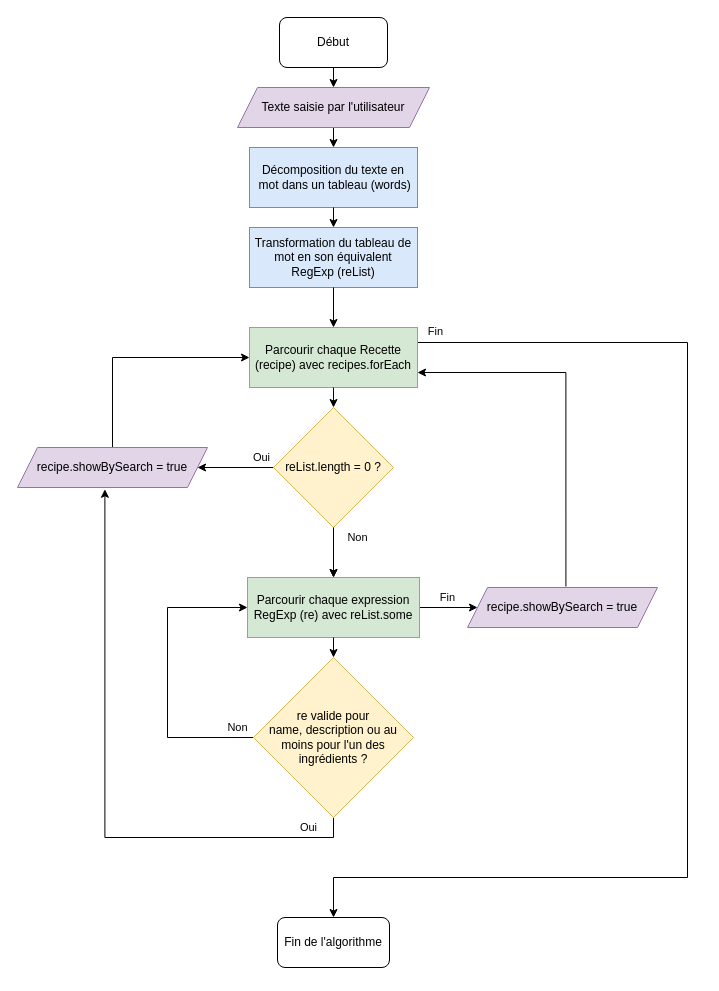
code9g/les-petit-plats keeps this draw.io diagram as ressources/algorithme_fonctionnel.drawio. Above is the earlier version. Source tidied: cells renumbered, new cells numbered last; positions are measured from the earlier drawing's top-left corner, leaving out a move shared by most shapes. Both pictures are drawn from the tidied source at 100%, with x=0, y=0 at pixel (17, 17).
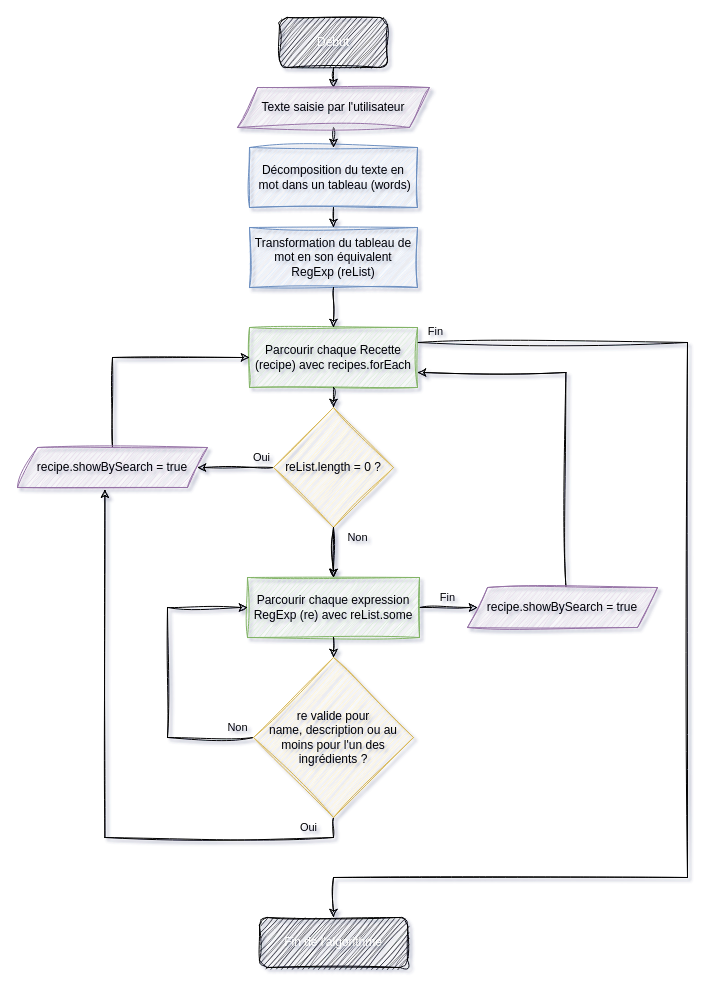
The same page after the edit.

Commit message (it also covers changes not shown here):
Amélioration algorigramme fonctionnel

Change to the diagram source:
```diff
@@
-<mxGraphModel>
+<mxGraphModel background="#ffffff" shadow="1">
@@
-    <mxCell id="2" value="Décomposition du texte en&lt;div&gt;&amp;nbsp;mot dans un tableau (words)&lt;/div&gt;" style="rounded=0;whiteSpace=wrap;html=1;fillColor=#dae8fc;strokeColor=#6c8ebf;" parent="1" vertex="1">
+    <mxCell id="2" value="Décomposition du texte en&lt;div&gt;&amp;nbsp;mot dans un tableau (words)&lt;/div&gt;" style="rounded=0;whiteSpace=wrap;html=1;fillColor=#dae8fc;strokeColor=#6c8ebf;labelBackgroundColor=none;fontColor=#000000;sketch=1;curveFitting=1;jiggle=2;" parent="1" vertex="1">
       <mxGeometry x="232" y="130" width="168" height="60" as="geometry" />
     </mxCell>
-    <mxCell id="3" value="Transformation du tableau de&lt;div&gt;mot en son équivalent&lt;/div&gt;&lt;div&gt;RegExp (reList)&lt;/div&gt;" style="rounded=0;whiteSpace=wrap;html=1;fillColor=#dae8fc;strokeColor=#6c8ebf;" parent="1" vertex="1">
+    <mxCell id="3" value="Transformation du tableau de&lt;div&gt;mot en son équivalent&lt;/div&gt;&lt;div&gt;RegExp (reList)&lt;/div&gt;" style="rounded=0;whiteSpace=wrap;html=1;fillColor=#dae8fc;strokeColor=#6c8ebf;labelBackgroundColor=none;fontColor=#000000;sketch=1;curveFitting=1;jiggle=2;" parent="1" vertex="1">
       <mxGeometry x="232" y="210" width="168" height="60" as="geometry" />
     </mxCell>
-    <mxCell id="4" value="Fin" style="edgeStyle=orthogonalEdgeStyle;rounded=0;jettySize=auto;html=1;exitX=1;exitY=0.25;exitDx=0;exitDy=0;entryX=0.5;entryY=0;entryDx=0;entryDy=0;spacingBottom=13;" parent="1" edge="1" source="5" target="21">
+    <mxCell id="4" value="Fin" style="edgeStyle=orthogonalEdgeStyle;rounded=0;jettySize=auto;html=1;exitX=1;exitY=0.25;exitDx=0;exitDy=0;entryX=0.5;entryY=0;entryDx=0;entryDy=0;spacingBottom=13;labelBackgroundColor=none;fontColor=#000000;sketch=1;curveFitting=1;jiggle=2;strokeColor=#000000;" parent="1" edge="1" source="5" target="21">
       <mxGeometry x="-0.97" y="5" relative="1" as="geometry">
         <Array as="points">
           <mxPoint x="670" y="325" />
           <mxPoint x="670" y="860" />
           <mxPoint x="316" y="860" />
         </Array>
       </mxGeometry>
     </mxCell>
-    <mxCell id="5" value="Parcourir chaque Recette (recipe) avec recipes.forEach" style="rounded=0;whiteSpace=wrap;html=1;fillColor=#d5e8d4;strokeColor=#82b366;" parent="1" vertex="1">
+    <mxCell id="5" value="Parcourir chaque Recette (recipe) avec recipes.forEach" style="rounded=0;whiteSpace=wrap;html=1;fillColor=#d5e8d4;strokeColor=#82b366;labelBackgroundColor=none;fontColor=#000000;sketch=1;curveFitting=1;jiggle=2;" parent="1" vertex="1">
       <mxGeometry x="232" y="310" width="168" height="60" as="geometry" />
     </mxCell>
-    <mxCell id="6" value="Oui" style="edgeStyle=orthogonalEdgeStyle;rounded=0;jettySize=auto;html=1;exitX=0;exitY=0.5;exitDx=0;exitDy=0;entryX=1;entryY=0.5;entryDx=0;entryDy=0;" parent="1" edge="1" source="8" target="23">
+    <mxCell id="6" value="Oui" style="edgeStyle=orthogonalEdgeStyle;rounded=0;jettySize=auto;html=1;exitX=0;exitY=0.5;exitDx=0;exitDy=0;entryX=1;entryY=0.5;entryDx=0;entryDy=0;labelBackgroundColor=none;fontColor=#000000;sketch=1;curveFitting=1;jiggle=2;strokeColor=#000000;" parent="1" edge="1" source="8" target="23">
       <mxGeometry x="-0.68" y="-10" relative="1" as="geometry" />
     </mxCell>
-    <mxCell id="7" style="edgeStyle=orthogonalEdgeStyle;rounded=0;jettySize=auto;html=1;" parent="1" edge="1" source="8" target="10">
+    <mxCell id="7" style="edgeStyle=orthogonalEdgeStyle;rounded=0;jettySize=auto;html=1;labelBackgroundColor=none;fontColor=#000000;sketch=1;curveFitting=1;jiggle=2;" parent="1" edge="1" source="8" target="10">
       <mxGeometry relative="1" as="geometry" />
     </mxCell>
-    <mxCell id="8" value="reList.length = 0 ?" style="rhombus;whiteSpace=wrap;html=1;fillColor=#fff2cc;strokeColor=#d6b656;" parent="1" vertex="1">
+    <mxCell id="8" value="reList.length = 0 ?" style="rhombus;whiteSpace=wrap;html=1;fillColor=#fff2cc;strokeColor=#d6b656;labelBackgroundColor=none;fontColor=#000000;sketch=1;curveFitting=1;jiggle=2;" parent="1" vertex="1">
       <mxGeometry x="256" y="390" width="120" height="120" as="geometry" />
     </mxCell>
-    <mxCell id="9" value="Fin" style="edgeStyle=orthogonalEdgeStyle;rounded=0;jettySize=auto;html=1;exitX=1;exitY=0.5;exitDx=0;exitDy=0;entryX=0;entryY=0.5;entryDx=0;entryDy=0;" parent="1" edge="1" source="10" target="24">
+    <mxCell id="9" value="Fin" style="edgeStyle=orthogonalEdgeStyle;rounded=0;jettySize=auto;html=1;exitX=1;exitY=0.5;exitDx=0;exitDy=0;entryX=0;entryY=0.5;entryDx=0;entryDy=0;labelBackgroundColor=none;fontColor=#000000;sketch=1;curveFitting=1;jiggle=2;strokeColor=#000000;" parent="1" edge="1" source="10" target="24">
       <mxGeometry x="-0.03" y="10" relative="1" as="geometry" />
     </mxCell>
-    <mxCell id="10" value="Parcourir chaque expression RegExp (re) avec reList.some" style="rounded=0;whiteSpace=wrap;html=1;fillColor=#d5e8d4;strokeColor=#82b366;" parent="1" vertex="1">
+    <mxCell id="10" value="Parcourir chaque expression RegExp (re) avec reList.some" style="rounded=0;whiteSpace=wrap;html=1;fillColor=#d5e8d4;strokeColor=#82b366;labelBackgroundColor=none;fontColor=#000000;sketch=1;curveFitting=1;jiggle=2;" parent="1" vertex="1">
       <mxGeometry x="230" y="560" width="172" height="60" as="geometry" />
     </mxCell>
-    <mxCell id="11" value="Non" style="edgeStyle=orthogonalEdgeStyle;rounded=0;jettySize=auto;html=1;exitX=0;exitY=0.5;exitDx=0;exitDy=0;entryX=0;entryY=0.5;entryDx=0;entryDy=0;" parent="1" edge="1" source="13" target="10">
+    <mxCell id="11" value="Non" style="edgeStyle=orthogonalEdgeStyle;rounded=0;jettySize=auto;html=1;exitX=0;exitY=0.5;exitDx=0;exitDy=0;entryX=0;entryY=0.5;entryDx=0;entryDy=0;labelBackgroundColor=none;fontColor=#000000;sketch=1;curveFitting=1;jiggle=2;strokeColor=#000000;" parent="1" edge="1" source="13" target="10">
       <mxGeometry x="-0.89" y="-10" relative="1" as="geometry">
         <Array as="points">
           <mxPoint x="150" y="720" />
           <mxPoint x="150" y="590" />
         </Array>
       </mxGeometry>
     </mxCell>
-    <mxCell id="12" value="Oui" style="edgeStyle=orthogonalEdgeStyle;rounded=0;jettySize=auto;html=1;exitX=0.5;exitY=1;exitDx=0;exitDy=0;entryX=0.46;entryY=1.044;entryDx=0;entryDy=0;entryPerimeter=0;" parent="1" edge="1" source="13" target="23">
+    <mxCell id="12" value="Oui" style="edgeStyle=orthogonalEdgeStyle;rounded=0;jettySize=auto;html=1;exitX=0.5;exitY=1;exitDx=0;exitDy=0;entryX=0.46;entryY=1.044;entryDx=0;entryDy=0;entryPerimeter=0;labelBackgroundColor=none;fontColor=#000000;sketch=1;curveFitting=1;jiggle=2;strokeColor=#000000;" parent="1" edge="1" source="13" target="23">
       <mxGeometry x="-0.85" y="-10" relative="1" as="geometry" />
     </mxCell>
-    <mxCell id="13" value="re valide pour &lt;br&gt;name,&amp;nbsp;&lt;span style=&quot;background-color: initial;&quot;&gt;description ou au moins pour l'un des ingrédients&amp;nbsp;&lt;/span&gt;&lt;span style=&quot;background-color: initial;&quot;&gt;?&lt;/span&gt;" style="rhombus;whiteSpace=wrap;html=1;fillColor=#fff2cc;strokeColor=#d6b656;" parent="1" vertex="1">
+    <mxCell id="13" value="re valide pour &lt;br&gt;name,&amp;nbsp;&lt;span style=&quot;&quot;&gt;description ou au moins pour l'un des ingrédients&amp;nbsp;&lt;/span&gt;&lt;span style=&quot;&quot;&gt;?&lt;/span&gt;" style="rhombus;whiteSpace=wrap;html=1;fillColor=#fff2cc;strokeColor=#d6b656;labelBackgroundColor=none;fontColor=#000000;sketch=1;curveFitting=1;jiggle=2;" parent="1" vertex="1">
       <mxGeometry x="236" y="640" width="160" height="160" as="geometry" />
     </mxCell>
-    <mxCell id="14" style="endArrow=classic;html=1;rounded=0;entryX=0.5;entryY=0;entryDx=0;entryDy=0;exitX=0.5;exitY=1;exitDx=0;exitDy=0;" parent="1" edge="1" source="10" target="13">
+    <mxCell id="14" style="endArrow=classic;html=1;rounded=0;entryX=0.5;entryY=0;entryDx=0;entryDy=0;exitX=0.5;exitY=1;exitDx=0;exitDy=0;labelBackgroundColor=none;fontColor=#000000;sketch=1;curveFitting=1;jiggle=2;" parent="1" edge="1" source="10" target="13">
       <mxGeometry relative="1" as="geometry" />
     </mxCell>
-    <mxCell id="15" value="Non" style="endArrow=classic;html=1;rounded=0;entryX=0.5;entryY=0;entryDx=0;entryDy=0;exitX=0.5;exitY=1;exitDx=0;exitDy=0;" parent="1" edge="1" source="8" target="10">
+    <mxCell id="15" value="Non" style="endArrow=classic;html=1;rounded=0;entryX=0.5;entryY=0;entryDx=0;entryDy=0;exitX=0.5;exitY=1;exitDx=0;exitDy=0;labelBackgroundColor=none;fontColor=#000000;sketch=1;curveFitting=1;jiggle=2;strokeColor=#000000;" parent="1" edge="1" source="8" target="10">
       <mxGeometry x="-0.6" y="24" relative="1" as="geometry" />
     </mxCell>
-    <mxCell id="16" style="edgeStyle=orthogonalEdgeStyle;rounded=0;jettySize=auto;html=1;exitX=0.518;exitY=-0.025;exitDx=0;exitDy=0;entryX=1;entryY=0.75;entryDx=0;entryDy=0;exitPerimeter=0;" parent="1" edge="1" source="24" target="5">
+    <mxCell id="16" style="edgeStyle=orthogonalEdgeStyle;rounded=0;jettySize=auto;html=1;exitX=0.518;exitY=-0.025;exitDx=0;exitDy=0;entryX=1;entryY=0.75;entryDx=0;entryDy=0;exitPerimeter=0;labelBackgroundColor=none;fontColor=#000000;sketch=1;curveFitting=1;jiggle=2;strokeColor=#000000;" parent="1" edge="1" source="24" target="5">
       <mxGeometry relative="1" as="geometry" />
     </mxCell>
-    <mxCell id="17" style="endArrow=classic;html=1;rounded=0;exitX=0.5;exitY=1;exitDx=0;exitDy=0;" parent="1" edge="1" source="27">
+    <mxCell id="17" style="endArrow=classic;html=1;rounded=0;exitX=0.5;exitY=1;exitDx=0;exitDy=0;labelBackgroundColor=none;fontColor=#000000;sketch=1;curveFitting=1;jiggle=2;strokeColor=#000000;" parent="1" edge="1" source="27">
       <mxGeometry relative="1" as="geometry">
         <mxPoint x="316" y="130" as="targetPoint" />
       </mxGeometry>
     </mxCell>
-    <mxCell id="18" style="endArrow=classic;html=1;rounded=0;entryX=0.5;entryY=0;entryDx=0;entryDy=0;exitX=0.5;exitY=1;exitDx=0;exitDy=0;" parent="1" edge="1" source="2" target="3">
+    <mxCell id="18" style="endArrow=classic;html=1;rounded=0;entryX=0.5;entryY=0;entryDx=0;entryDy=0;exitX=0.5;exitY=1;exitDx=0;exitDy=0;labelBackgroundColor=none;fontColor=#000000;sketch=1;curveFitting=1;jiggle=2;strokeColor=#000000;" parent="1" edge="1" source="2" target="3">
       <mxGeometry relative="1" as="geometry" />
     </mxCell>
-    <mxCell id="19" style="endArrow=classic;html=1;rounded=0;entryX=0.5;entryY=0;entryDx=0;entryDy=0;exitX=0.5;exitY=1;exitDx=0;exitDy=0;" parent="1" edge="1" source="3" target="5">
+    <mxCell id="19" style="endArrow=classic;html=1;rounded=0;entryX=0.5;entryY=0;entryDx=0;entryDy=0;exitX=0.5;exitY=1;exitDx=0;exitDy=0;labelBackgroundColor=none;fontColor=#000000;sketch=1;curveFitting=1;jiggle=2;strokeColor=#000000;" parent="1" edge="1" source="3" target="5">
       <mxGeometry relative="1" as="geometry" />
     </mxCell>
-    <mxCell id="20" style="endArrow=classic;html=1;rounded=0;entryX=0.5;entryY=0;entryDx=0;entryDy=0;exitX=0.5;exitY=1;exitDx=0;exitDy=0;" parent="1" edge="1" source="5" target="8">
+    <mxCell id="20" style="endArrow=classic;html=1;rounded=0;entryX=0.5;entryY=0;entryDx=0;entryDy=0;exitX=0.5;exitY=1;exitDx=0;exitDy=0;labelBackgroundColor=none;fontColor=#000000;sketch=1;curveFitting=1;jiggle=2;strokeColor=#000000;" parent="1" edge="1" source="5" target="8">
       <mxGeometry relative="1" as="geometry" />
     </mxCell>
-    <mxCell id="21" value="Fin de l'algorithme" style="rounded=1;whiteSpace=wrap;html=1;" parent="1" vertex="1">
-      <mxGeometry x="260" y="900" width="112" height="50" as="geometry" />
+    <mxCell id="21" value="Fin de l'algorithme" style="rounded=1;whiteSpace=wrap;html=1;labelBackgroundColor=none;fontColor=#FFFFFF;sketch=1;curveFitting=1;jiggle=2;fillColor=#000000;" parent="1" vertex="1">
+      <mxGeometry x="242" y="900" width="148" height="50" as="geometry" />
     </mxCell>
-    <mxCell id="22" style="edgeStyle=orthogonalEdgeStyle;rounded=0;jettySize=auto;html=1;exitX=0.5;exitY=0;exitDx=0;exitDy=0;entryX=0;entryY=0.5;entryDx=0;entryDy=0;" parent="1" edge="1" source="23" target="5">
+    <mxCell id="22" style="edgeStyle=orthogonalEdgeStyle;rounded=0;jettySize=auto;html=1;exitX=0.5;exitY=0;exitDx=0;exitDy=0;entryX=0;entryY=0.5;entryDx=0;entryDy=0;labelBackgroundColor=none;fontColor=#000000;sketch=1;curveFitting=1;jiggle=2;strokeColor=#000000;" parent="1" edge="1" source="23" target="5">
       <mxGeometry relative="1" as="geometry" />
     </mxCell>
-    <mxCell id="23" value="recipe.showBySearch = true" style="shape=parallelogram;perimeter=parallelogramPerimeter;whiteSpace=wrap;html=1;fixedSize=1;fillColor=#e1d5e7;strokeColor=#9673a6;" parent="1" vertex="1">
+    <mxCell id="23" value="recipe.showBySearch = true" style="shape=parallelogram;perimeter=parallelogramPerimeter;whiteSpace=wrap;html=1;fixedSize=1;fillColor=#e1d5e7;strokeColor=#9673a6;labelBackgroundColor=none;fontColor=#000000;sketch=1;curveFitting=1;jiggle=2;" parent="1" vertex="1">
       <mxGeometry y="430" width="190" height="40" as="geometry" />
     </mxCell>
-    <mxCell id="24" value="recipe.showBySearch = true" style="shape=parallelogram;perimeter=parallelogramPerimeter;whiteSpace=wrap;html=1;fixedSize=1;fillColor=#e1d5e7;strokeColor=#9673a6;" parent="1" vertex="1">
+    <mxCell id="24" value="recipe.showBySearch = true" style="shape=parallelogram;perimeter=parallelogramPerimeter;whiteSpace=wrap;html=1;fixedSize=1;fillColor=#e1d5e7;strokeColor=#9673a6;labelBackgroundColor=none;fontColor=#000000;sketch=1;curveFitting=1;jiggle=2;" parent="1" vertex="1">
       <mxGeometry x="450" y="570" width="190" height="40" as="geometry" />
     </mxCell>
-    <mxCell id="25" style="edgeStyle=orthogonalEdgeStyle;rounded=0;jettySize=auto;html=1;exitX=0.5;exitY=1;exitDx=0;exitDy=0;entryX=0.5;entryY=0;entryDx=0;entryDy=0;" parent="1" edge="1" source="26" target="27">
+    <mxCell id="25" style="edgeStyle=orthogonalEdgeStyle;rounded=0;jettySize=auto;html=1;exitX=0.5;exitY=1;exitDx=0;exitDy=0;entryX=0.5;entryY=0;entryDx=0;entryDy=0;labelBackgroundColor=none;fontColor=#000000;sketch=1;curveFitting=1;jiggle=2;strokeColor=#000000;" parent="1" edge="1" source="26" target="27">
       <mxGeometry relative="1" as="geometry" />
     </mxCell>
-    <mxCell id="26" value="Début" style="rounded=1;whiteSpace=wrap;html=1;" parent="1" vertex="1">
+    <mxCell id="26" value="Début" style="rounded=1;whiteSpace=wrap;html=1;labelBackgroundColor=none;fontColor=#FFFFFF;sketch=1;curveFitting=1;jiggle=2;fillColor=#000000;" parent="1" vertex="1">
       <mxGeometry x="262" width="108" height="50" as="geometry" />
     </mxCell>
-    <mxCell id="27" value="Texte saisie par l'utilisateur" style="shape=parallelogram;perimeter=parallelogramPerimeter;whiteSpace=wrap;html=1;fixedSize=1;fillColor=#e1d5e7;strokeColor=#9673a6;" parent="1" vertex="1">
+    <mxCell id="27" value="Texte saisie par l'utilisateur" style="shape=parallelogram;perimeter=parallelogramPerimeter;whiteSpace=wrap;html=1;fixedSize=1;fillColor=#e1d5e7;strokeColor=#9673a6;labelBackgroundColor=none;fontColor=#000000;sketch=1;curveFitting=1;jiggle=2;" parent="1" vertex="1">
       <mxGeometry x="220" y="70" width="192" height="40" as="geometry" />
     </mxCell>
```
